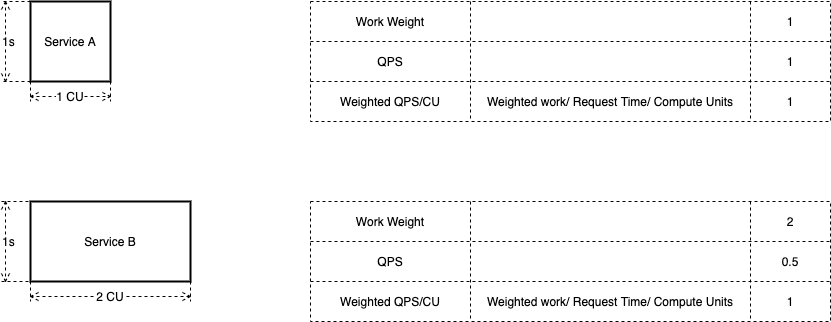
This is 2021-11-how-independent-scaling-helps-with-performance/same-min-cu-different-rt/rt-setup.drawio.png from chenjianjx/cjx-diagrams, a draw.io export, as it was before one commit. Source tidied: cells renumbered, new cells last; positions are measured from the earlier drawing's top-left corner, leaving out a move shared by most shapes. The source it was exported from:
```xml
<mxGraphModel>
  <root>
    <mxCell id="0" />
    <mxCell id="1" parent="0" />
    <mxCell id="2" value="Service A" style="rounded=0;whiteSpace=wrap;html=1;strokeWidth=2;" parent="1" vertex="1">
      <mxGeometry x="30" width="80" height="80" as="geometry" />
    </mxCell>
    <mxCell id="3" value="1 CU" style="shape=dimension;whiteSpace=wrap;html=1;align=center;verticalAlign=bottom;spacingBottom=-5;labelBackgroundColor=#ffffff;dashed=1;" parent="1" vertex="1">
      <mxGeometry x="30" y="20" width="80" height="80" as="geometry" />
    </mxCell>
    <mxCell id="4" value="1s" style="shape=dimension;direction=south;whiteSpace=wrap;html=1;align=left;verticalAlign=middle;labelBackgroundColor=#ffffff;dashed=1;" parent="1" vertex="1">
      <mxGeometry width="30" height="80" as="geometry" />
    </mxCell>
    <mxCell id="5" value="Service B" style="rounded=0;whiteSpace=wrap;html=1;strokeWidth=2;" parent="1" vertex="1">
      <mxGeometry x="30" y="200" width="160" height="80" as="geometry" />
    </mxCell>
    <mxCell id="6" value="2 CU" style="shape=dimension;whiteSpace=wrap;html=1;align=center;verticalAlign=bottom;spacingBottom=-5;labelBackgroundColor=#ffffff;dashed=1;" parent="1" vertex="1">
      <mxGeometry x="30" y="280" width="160" height="20" as="geometry" />
    </mxCell>
    <mxCell id="7" value="1s" style="shape=dimension;direction=south;whiteSpace=wrap;html=1;align=left;verticalAlign=middle;labelBackgroundColor=#ffffff;dashed=1;" parent="1" vertex="1">
      <mxGeometry y="200" width="40" height="80" as="geometry" />
    </mxCell>
    <mxCell id="8" style="shape=table;html=1;whiteSpace=wrap;startSize=0;dashed=1;verticalAlign=bottom;" parent="1" vertex="1">
      <mxGeometry x="310" width="520" height="120" as="geometry" />
    </mxCell>
    <mxCell id="9" style="shape=partialRectangle;html=1;whiteSpace=wrap;fillColor=none;top=0;left=0;bottom=0;right=0;" parent="8" vertex="1">
      <mxGeometry width="520" height="40" as="geometry" />
    </mxCell>
    <mxCell id="10" value="&lt;span&gt;Work Weight&lt;/span&gt;" style="shape=partialRectangle;html=1;whiteSpace=wrap;fillColor=none;top=0;left=0;bottom=0;right=0;overflow=hidden;" parent="9" vertex="1">
      <mxGeometry width="160" height="40" as="geometry" />
    </mxCell>
    <mxCell id="11" style="shape=partialRectangle;html=1;whiteSpace=wrap;fillColor=none;top=0;left=0;bottom=0;right=0;overflow=hidden;" parent="9" vertex="1">
      <mxGeometry x="160" width="280" height="40" as="geometry" />
    </mxCell>
    <mxCell id="12" value="&lt;span&gt;1&lt;/span&gt;" style="shape=partialRectangle;html=1;whiteSpace=wrap;fillColor=none;top=0;left=0;bottom=0;right=0;overflow=hidden;" parent="9" vertex="1">
      <mxGeometry x="440" width="80" height="40" as="geometry" />
    </mxCell>
    <mxCell id="13" style="shape=partialRectangle;html=1;whiteSpace=wrap;fillColor=none;top=0;left=0;bottom=0;right=0;" parent="8" vertex="1">
      <mxGeometry y="40" width="520" height="40" as="geometry" />
    </mxCell>
    <mxCell id="14" value="QPS" style="shape=partialRectangle;html=1;whiteSpace=wrap;fillColor=none;top=0;left=0;bottom=0;right=0;overflow=hidden;" parent="13" vertex="1">
      <mxGeometry width="160" height="40" as="geometry" />
    </mxCell>
    <mxCell id="15" style="shape=partialRectangle;html=1;whiteSpace=wrap;fillColor=none;top=0;left=0;bottom=0;right=0;overflow=hidden;" parent="13" vertex="1">
      <mxGeometry x="160" width="280" height="40" as="geometry" />
    </mxCell>
    <mxCell id="16" value="1" style="shape=partialRectangle;html=1;whiteSpace=wrap;fillColor=none;top=0;left=0;bottom=0;right=0;overflow=hidden;" parent="13" vertex="1">
      <mxGeometry x="440" width="80" height="40" as="geometry" />
    </mxCell>
    <mxCell id="17" style="shape=partialRectangle;html=1;whiteSpace=wrap;fillColor=none;top=0;left=0;bottom=0;right=0;" parent="8" vertex="1">
      <mxGeometry y="80" width="520" height="40" as="geometry" />
    </mxCell>
    <mxCell id="18" value="Weighted QPS/CU" style="shape=partialRectangle;html=1;whiteSpace=wrap;fillColor=none;top=0;left=0;bottom=0;right=0;overflow=hidden;" parent="17" vertex="1">
      <mxGeometry width="160" height="40" as="geometry" />
    </mxCell>
    <mxCell id="19" value="Weighted work/ Request Time/ Compute Units" style="shape=partialRectangle;html=1;whiteSpace=wrap;fillColor=none;top=0;left=0;bottom=0;right=0;overflow=hidden;" parent="17" vertex="1">
      <mxGeometry x="160" width="280" height="40" as="geometry" />
    </mxCell>
    <mxCell id="20" value="1" style="shape=partialRectangle;html=1;whiteSpace=wrap;fillColor=none;top=0;left=0;bottom=0;right=0;overflow=hidden;" parent="17" vertex="1">
      <mxGeometry x="440" width="80" height="40" as="geometry" />
    </mxCell>
    <mxCell id="21" style="shape=table;html=1;whiteSpace=wrap;startSize=0;dashed=1;verticalAlign=bottom;" parent="1" vertex="1">
      <mxGeometry x="310" y="200" width="520" height="120" as="geometry" />
    </mxCell>
    <mxCell id="22" style="shape=partialRectangle;html=1;whiteSpace=wrap;fillColor=none;top=0;left=0;bottom=0;right=0;" parent="21" vertex="1">
      <mxGeometry width="520" height="40" as="geometry" />
    </mxCell>
    <mxCell id="23" value="&lt;span&gt;Work Weight&lt;/span&gt;" style="shape=partialRectangle;html=1;whiteSpace=wrap;fillColor=none;top=0;left=0;bottom=0;right=0;overflow=hidden;" parent="22" vertex="1">
      <mxGeometry width="160" height="40" as="geometry" />
    </mxCell>
    <mxCell id="24" style="shape=partialRectangle;html=1;whiteSpace=wrap;fillColor=none;top=0;left=0;bottom=0;right=0;overflow=hidden;" parent="22" vertex="1">
      <mxGeometry x="160" width="280" height="40" as="geometry" />
    </mxCell>
    <mxCell id="25" value="&lt;span&gt;2&lt;/span&gt;" style="shape=partialRectangle;html=1;whiteSpace=wrap;fillColor=none;top=0;left=0;bottom=0;right=0;overflow=hidden;" parent="22" vertex="1">
      <mxGeometry x="440" width="80" height="40" as="geometry" />
    </mxCell>
    <mxCell id="26" style="shape=partialRectangle;html=1;whiteSpace=wrap;fillColor=none;top=0;left=0;bottom=0;right=0;" parent="21" vertex="1">
      <mxGeometry y="40" width="520" height="40" as="geometry" />
    </mxCell>
    <mxCell id="27" value="QPS" style="shape=partialRectangle;html=1;whiteSpace=wrap;fillColor=none;top=0;left=0;bottom=0;right=0;overflow=hidden;" parent="26" vertex="1">
      <mxGeometry width="160" height="40" as="geometry" />
    </mxCell>
    <mxCell id="28" style="shape=partialRectangle;html=1;whiteSpace=wrap;fillColor=none;top=0;left=0;bottom=0;right=0;overflow=hidden;" parent="26" vertex="1">
      <mxGeometry x="160" width="280" height="40" as="geometry" />
    </mxCell>
    <mxCell id="29" value="0.5" style="shape=partialRectangle;html=1;whiteSpace=wrap;fillColor=none;top=0;left=0;bottom=0;right=0;overflow=hidden;" parent="26" vertex="1">
      <mxGeometry x="440" width="80" height="40" as="geometry" />
    </mxCell>
    <mxCell id="30" style="shape=partialRectangle;html=1;whiteSpace=wrap;fillColor=none;top=0;left=0;bottom=0;right=0;" parent="21" vertex="1">
      <mxGeometry y="80" width="520" height="40" as="geometry" />
    </mxCell>
    <mxCell id="31" value="Weighted QPS/CU" style="shape=partialRectangle;html=1;whiteSpace=wrap;fillColor=none;top=0;left=0;bottom=0;right=0;overflow=hidden;" parent="30" vertex="1">
      <mxGeometry width="160" height="40" as="geometry" />
    </mxCell>
    <mxCell id="32" value="Weighted work/ Request Time/ Compute Units" style="shape=partialRectangle;html=1;whiteSpace=wrap;fillColor=none;top=0;left=0;bottom=0;right=0;overflow=hidden;" parent="30" vertex="1">
      <mxGeometry x="160" width="280" height="40" as="geometry" />
    </mxCell>
    <mxCell id="33" value="1" style="shape=partialRectangle;html=1;whiteSpace=wrap;fillColor=none;top=0;left=0;bottom=0;right=0;overflow=hidden;" parent="30" vertex="1">
      <mxGeometry x="440" width="80" height="40" as="geometry" />
    </mxCell>
  </root>
</mxGraphModel>
```
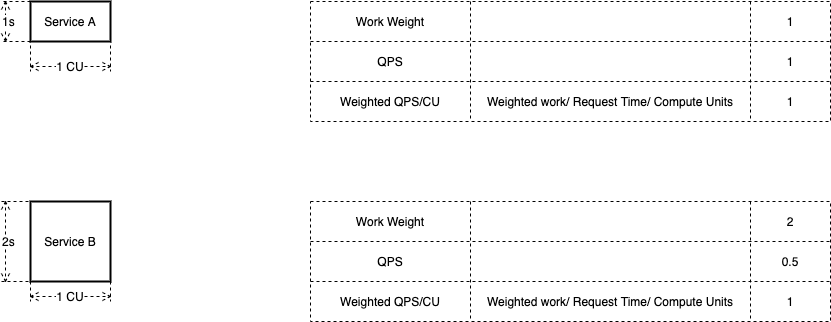
The same file after the commit.

What changed in the source:
```diff
@@ -3,21 +3,21 @@
     <mxCell id="0" />
     <mxCell id="1" parent="0" />
     <mxCell id="2" value="Service A" style="rounded=0;whiteSpace=wrap;html=1;strokeWidth=2;" parent="1" vertex="1">
-      <mxGeometry x="30" width="80" height="80" as="geometry" />
+      <mxGeometry x="30" width="80" height="40" as="geometry" />
     </mxCell>
     <mxCell id="3" value="1 CU" style="shape=dimension;whiteSpace=wrap;html=1;align=center;verticalAlign=bottom;spacingBottom=-5;labelBackgroundColor=#ffffff;dashed=1;" parent="1" vertex="1">
-      <mxGeometry x="30" y="20" width="80" height="80" as="geometry" />
+      <mxGeometry x="30" y="20" width="80" height="50" as="geometry" />
     </mxCell>
     <mxCell id="4" value="1s" style="shape=dimension;direction=south;whiteSpace=wrap;html=1;align=left;verticalAlign=middle;labelBackgroundColor=#ffffff;dashed=1;" parent="1" vertex="1">
-      <mxGeometry width="30" height="80" as="geometry" />
+      <mxGeometry width="30" height="40" as="geometry" />
     </mxCell>
     <mxCell id="5" value="Service B" style="rounded=0;whiteSpace=wrap;html=1;strokeWidth=2;" parent="1" vertex="1">
-      <mxGeometry x="30" y="200" width="160" height="80" as="geometry" />
+      <mxGeometry x="30" y="200" width="80" height="80" as="geometry" />
     </mxCell>
-    <mxCell id="6" value="2 CU" style="shape=dimension;whiteSpace=wrap;html=1;align=center;verticalAlign=bottom;spacingBottom=-5;labelBackgroundColor=#ffffff;dashed=1;" parent="1" vertex="1">
-      <mxGeometry x="30" y="280" width="160" height="20" as="geometry" />
+    <mxCell id="6" value="1 CU" style="shape=dimension;whiteSpace=wrap;html=1;align=center;verticalAlign=bottom;spacingBottom=-5;labelBackgroundColor=#ffffff;dashed=1;" parent="1" vertex="1">
+      <mxGeometry x="30" y="280" width="80" height="20" as="geometry" />
     </mxCell>
-    <mxCell id="7" value="1s" style="shape=dimension;direction=south;whiteSpace=wrap;html=1;align=left;verticalAlign=middle;labelBackgroundColor=#ffffff;dashed=1;" parent="1" vertex="1">
+    <mxCell id="7" value="2s" style="shape=dimension;direction=south;whiteSpace=wrap;html=1;align=left;verticalAlign=middle;labelBackgroundColor=#ffffff;dashed=1;" parent="1" vertex="1">
       <mxGeometry y="200" width="40" height="80" as="geometry" />
     </mxCell>
     <mxCell id="8" style="shape=table;html=1;whiteSpace=wrap;startSize=0;dashed=1;verticalAlign=bottom;" parent="1" vertex="1">
```
